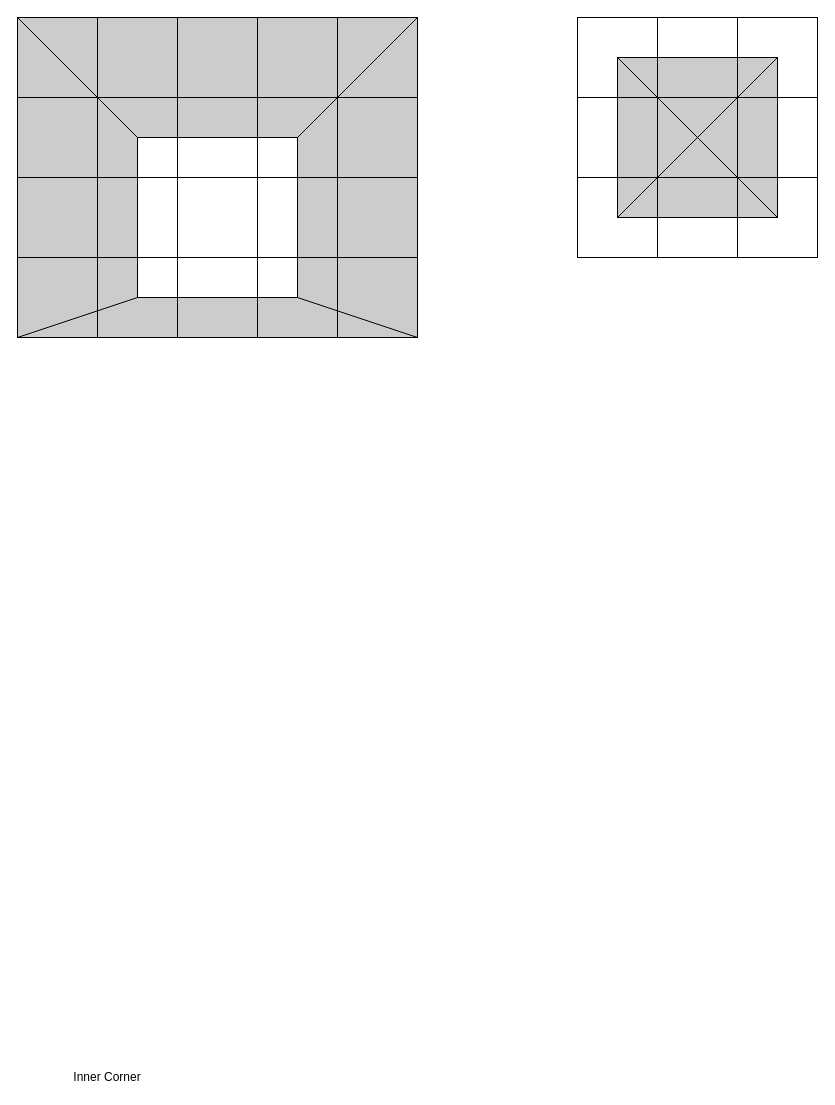
Above: Untitled Diagram.drawio in JoJoJoppo/BrokenWorld (draw.io), before the change. Source tidied: cells renumbered, new cells numbered last; positions are measured from the earlier drawing's top-left corner, leaving out a move shared by most shapes. Both pictures are drawn from the tidied source at 100%, with x=0, y=0 at pixel (17, 17).
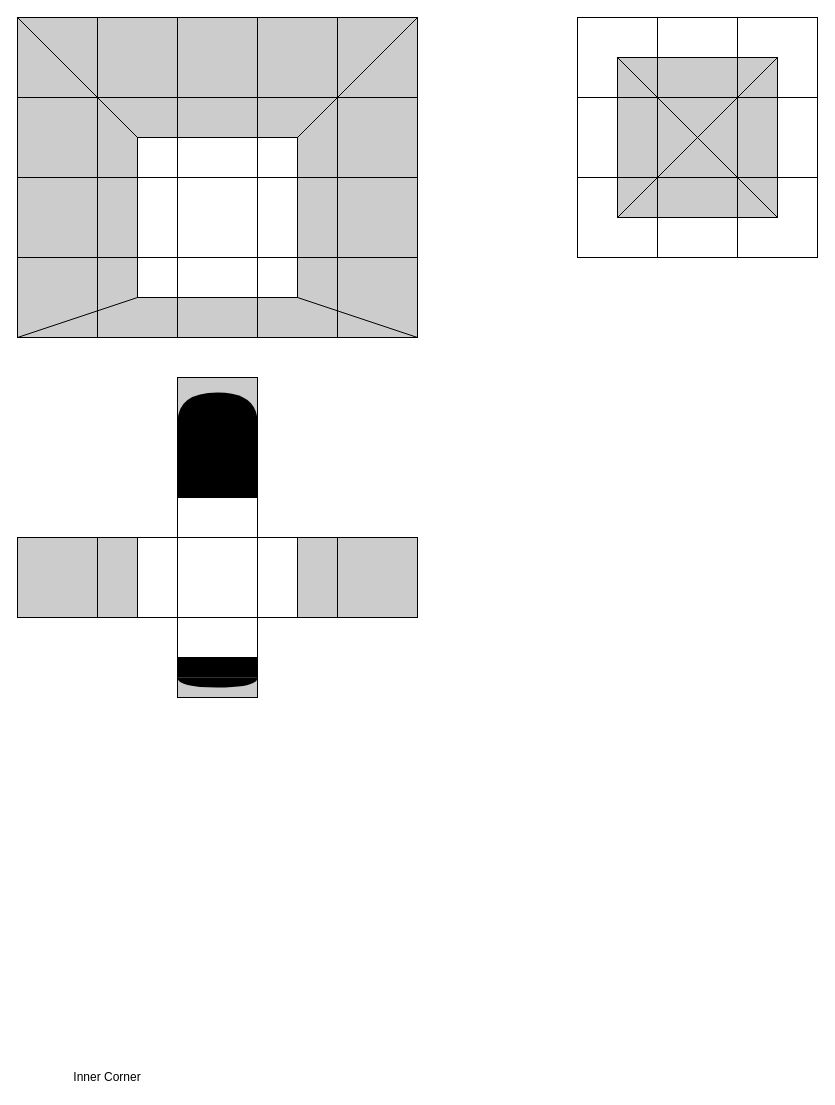
The same page after the edit.

What changed in the source:
```diff
@@
+    <mxCell id="46" style="whiteSpace=wrap;html=1;strokeColor=#000000;fillColor=#CCCCCC;" parent="1" vertex="1">
+      <mxGeometry x="160" y="360" width="80" height="80" as="geometry" />
+    </mxCell>
+    <mxCell id="47" style="whiteSpace=wrap;html=1;fillColor=#CCCCCC;" parent="1" vertex="1">
+      <mxGeometry x="160" y="440" width="80" height="80" as="geometry" />
+    </mxCell>
+    <mxCell id="48" style="rounded=0;whiteSpace=wrap;html=1;gradientColor=#ffffff;gradientDirection=west;shadow=0;glass=0;" parent="1" vertex="1">
+      <mxGeometry x="160" y="480" width="80" height="40" as="geometry" />
+    </mxCell>
+    <mxCell id="49" style="whiteSpace=wrap;html=1;gradientColor=#ffffff;gradientDirection=west;shadow=0;glass=0;" parent="1" vertex="1">
+      <mxGeometry x="160" y="520" width="80" height="80" as="geometry" />
+    </mxCell>
+    <mxCell id="50" style="whiteSpace=wrap;html=1;strokeColor=#000000;fillColor=#CCCCCC;" parent="1" vertex="1">
+      <mxGeometry x="80" y="520" width="80" height="80" as="geometry" />
+    </mxCell>
+    <mxCell id="51" style="whiteSpace=wrap;html=1;strokeColor=#000000;fillColor=#CCCCCC;" parent="1" vertex="1">
+      <mxGeometry x="240" y="520" width="80" height="80" as="geometry" />
+    </mxCell>
+    <mxCell id="52" style="rounded=0;whiteSpace=wrap;html=1;rotation=90;gradientColor=#ffffff;gradientDirection=west;shadow=0;glass=0;" parent="1" vertex="1">
+      <mxGeometry x="220" y="540" width="80" height="40" as="geometry" />
+    </mxCell>
+    <mxCell id="53" style="rounded=0;whiteSpace=wrap;html=1;rotation=90;gradientColor=#ffffff;gradientDirection=west;shadow=0;glass=0;" parent="1" vertex="1">
+      <mxGeometry x="100" y="540" width="80" height="40" as="geometry" />
+    </mxCell>
+    <mxCell id="54" style="whiteSpace=wrap;html=1;rotation=-180;fillColor=#CCCCCC;" parent="1" vertex="1">
+      <mxGeometry x="160" y="600" width="80" height="80" as="geometry" />
+    </mxCell>
+    <mxCell id="55" style="rounded=0;whiteSpace=wrap;html=1;rotation=-180;gradientColor=#ffffff;gradientDirection=west;shadow=0;glass=0;" parent="1" vertex="1">
+      <mxGeometry x="160" y="600" width="80" height="40" as="geometry" />
+    </mxCell>
+    <mxCell id="56" style="whiteSpace=wrap;html=1;strokeColor=#000000;fillColor=#CCCCCC;" parent="1" vertex="1">
+      <mxGeometry y="520" width="80" height="80" as="geometry" />
+    </mxCell>
+    <mxCell id="57" style="whiteSpace=wrap;html=1;strokeColor=#000000;fillColor=#CCCCCC;" parent="1" vertex="1">
+      <mxGeometry x="320" y="520" width="80" height="80" as="geometry" />
+    </mxCell>
+    <mxCell id="58" style="group;" parent="1" vertex="1">
+      <mxGeometry x="160" y="350" width="80" height="130" as="geometry" />
+    </mxCell>
+    <mxCell id="59" style="group;" parent="58" vertex="1">
+      <mxGeometry width="80" height="130" as="geometry" />
+    </mxCell>
+    <mxCell id="60" style="whiteSpace=wrap;html=1;shadow=0;glass=0;strokeColor=none;strokeWidth=2;fillColor=#000000;gradientColor=none;" parent="59" vertex="1">
+      <mxGeometry y="50" width="80" height="80" as="geometry" />
+    </mxCell>
+    <mxCell id="61" style="shape=or;whiteSpace=wrap;html=1;shadow=0;glass=0;strokeColor=none;strokeWidth=2;fillColor=#000000;gradientColor=none;rotation=-90;" parent="59" vertex="1">
+      <mxGeometry x="25" width="30" height="80" as="geometry" />
+    </mxCell>
+    <mxCell id="62" style="rounded=0;whiteSpace=wrap;html=1;shadow=0;glass=0;strokeColor=none;strokeWidth=2;fillColor=#000000;gradientColor=none;" parent="1" vertex="1">
+      <mxGeometry x="160" y="640" width="80" height="20" as="geometry" />
+    </mxCell>
+    <mxCell id="63" style="shape=or;whiteSpace=wrap;html=1;shadow=0;glass=0;strokeColor=none;strokeWidth=2;fillColor=#000000;gradientColor=none;rotation=90;" parent="1" vertex="1">
+      <mxGeometry x="195" y="625" width="10" height="80" as="geometry" />
+    </mxCell>
```
